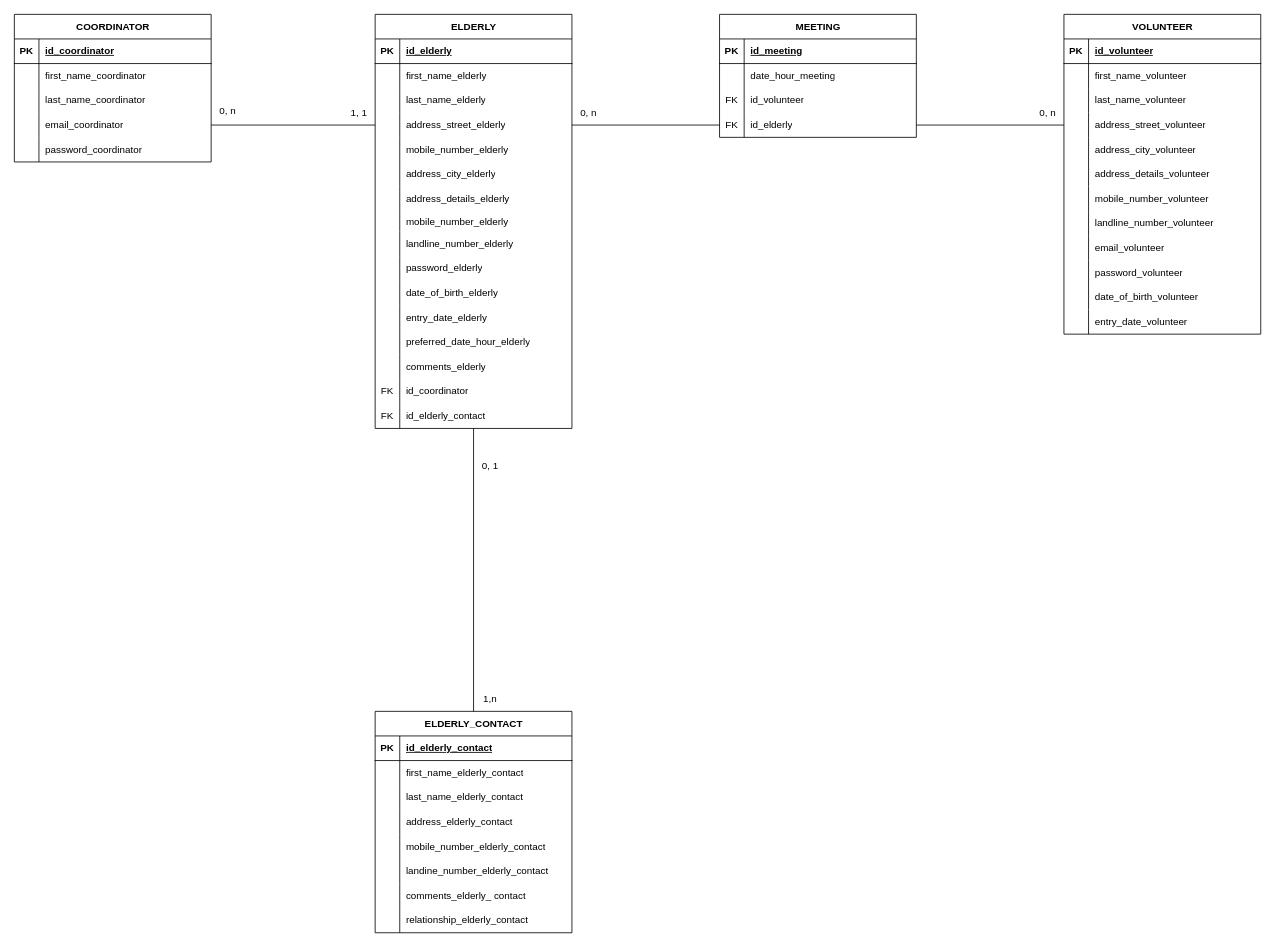
The draw.io diagram page "MLD_MaE" (2 of 4) of MCD_MaE.drawio in AnneGicquel/MCD_Marche_avec_Eliane, before the edit. Source tidied: cells renumbered, new cells numbered last; positions are measured from the earlier drawing's top-left corner, leaving out a move shared by most shapes. Both pictures are drawn from the tidied source at 82%, with x=0, y=0 at pixel (14, 14).
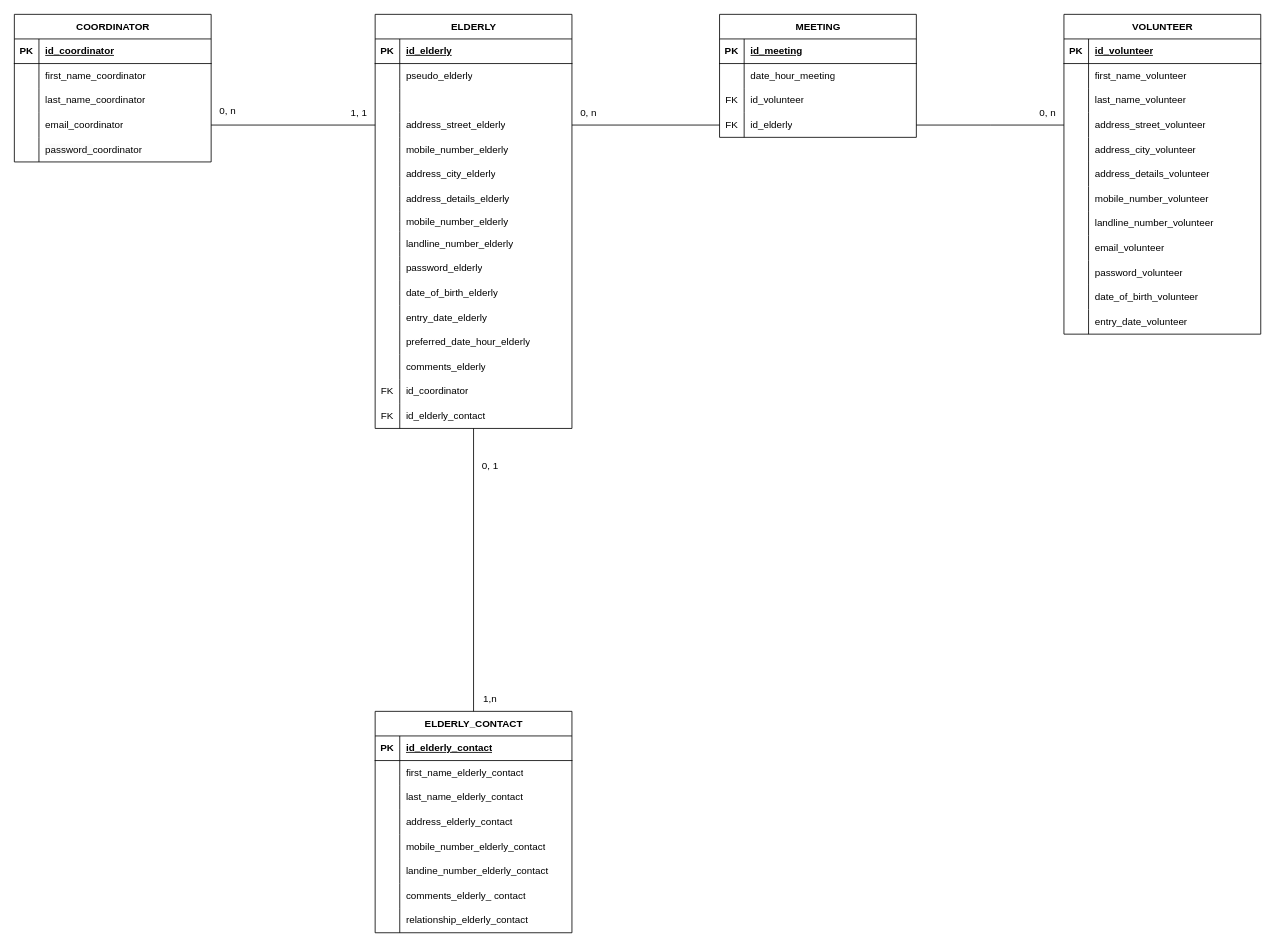
The same page after the edit.

Unchanged cells that the change refers to:
```xml
<mxCell id="22" style="shape=tableRow;horizontal=0;startSize=0;swimlaneHead=0;swimlaneBody=0;fillColor=none;top=0;left=0;right=0;bottom=0;" parent="18" vertex="1">
  <mxGeometry y="60" width="240" height="30" as="geometry" />
</mxCell>
<mxCell id="25" style="shape=tableRow;horizontal=0;startSize=0;swimlaneHead=0;swimlaneBody=0;fillColor=none;top=0;left=0;right=0;bottom=0;" parent="18" vertex="1">
  <mxGeometry y="90" width="240" height="30" as="geometry" />
</mxCell>
```

Diff of the diagram source:
```diff
@@
-    <mxCell id="24" value="&lt;span style=&quot;white-space-collapse: preserve;&quot;&gt;first_name_&lt;/span&gt;&lt;span style=&quot;text-align: center; text-wrap: nowrap;&quot;&gt;elderly&lt;/span&gt;" style="shape=partialRectangle;fillColor=none;top=0;left=0;bottom=0;right=0;align=left;spacingLeft=6;overflow=hidden;whiteSpace=wrap;html=1;" parent="22" vertex="1">
+    <mxCell id="24" value="&lt;span style=&quot;white-space-collapse: preserve;&quot;&gt;pseudo_&lt;/span&gt;&lt;span style=&quot;text-align: center; text-wrap: nowrap;&quot;&gt;elderly&lt;/span&gt;" style="shape=partialRectangle;fillColor=none;top=0;left=0;bottom=0;right=0;align=left;spacingLeft=6;overflow=hidden;whiteSpace=wrap;html=1;" parent="22" vertex="1">
       <mxGeometry x="30" width="210" height="30" as="geometry" />
     </mxCell>
@@
-    <mxCell id="27" value="&lt;span style=&quot;white-space-collapse: preserve;&quot;&gt;last_name_&lt;/span&gt;&lt;span style=&quot;text-align: center; text-wrap: nowrap;&quot;&gt;elderly&lt;/span&gt;" style="shape=partialRectangle;fillColor=none;top=0;left=0;bottom=0;right=0;align=left;spacingLeft=6;overflow=hidden;whiteSpace=wrap;html=1;" parent="25" vertex="1">
+    <mxCell id="27" style="shape=partialRectangle;fillColor=none;top=0;left=0;bottom=0;right=0;align=left;spacingLeft=6;overflow=hidden;whiteSpace=wrap;html=1;" parent="25" vertex="1">
       <mxGeometry x="30" width="210" height="30" as="geometry" />
     </mxCell>
```
